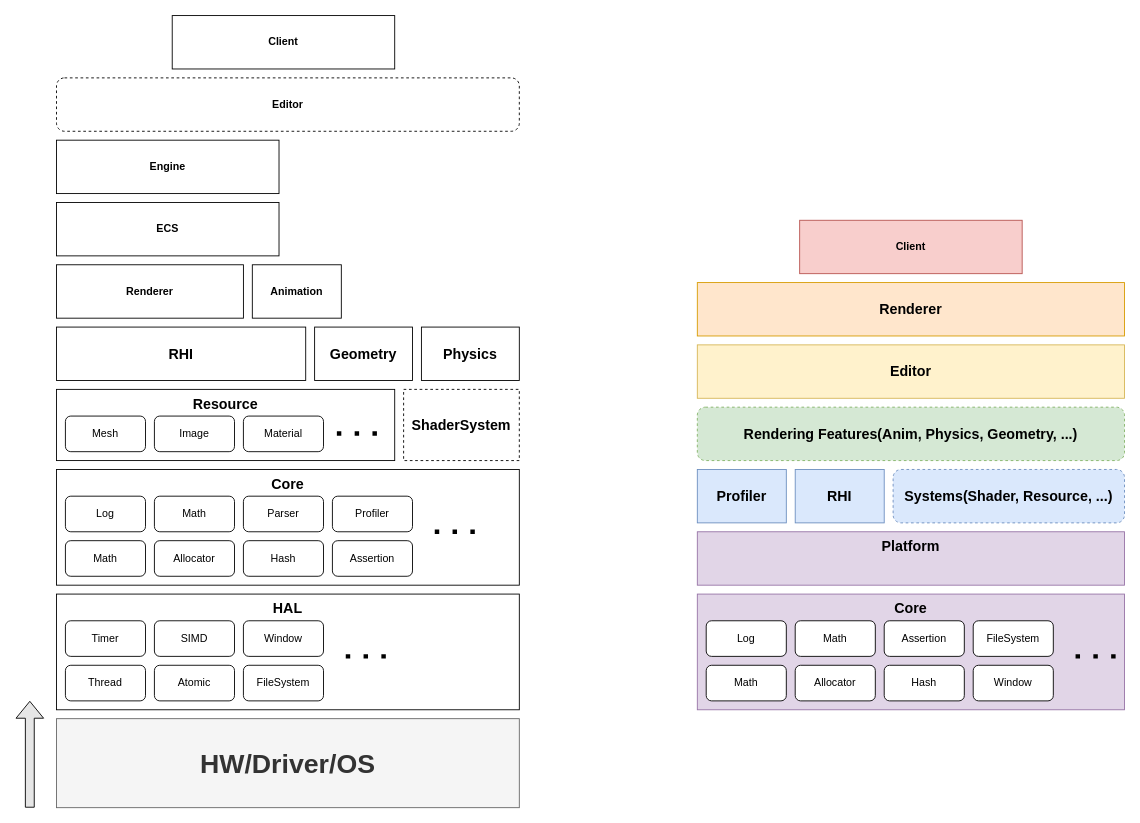
Hamsik2rang/HSMR keeps this draw.io diagram as Documents/Enginelet-Layer.drawio. Above is the earlier version. Source tidied: cells renumbered, new cells numbered last; positions are measured from the earlier drawing's top-left corner, leaving out a move shared by most shapes. Both pictures are drawn from the tidied source at 89%, with x=0, y=0 at pixel (29, 15).
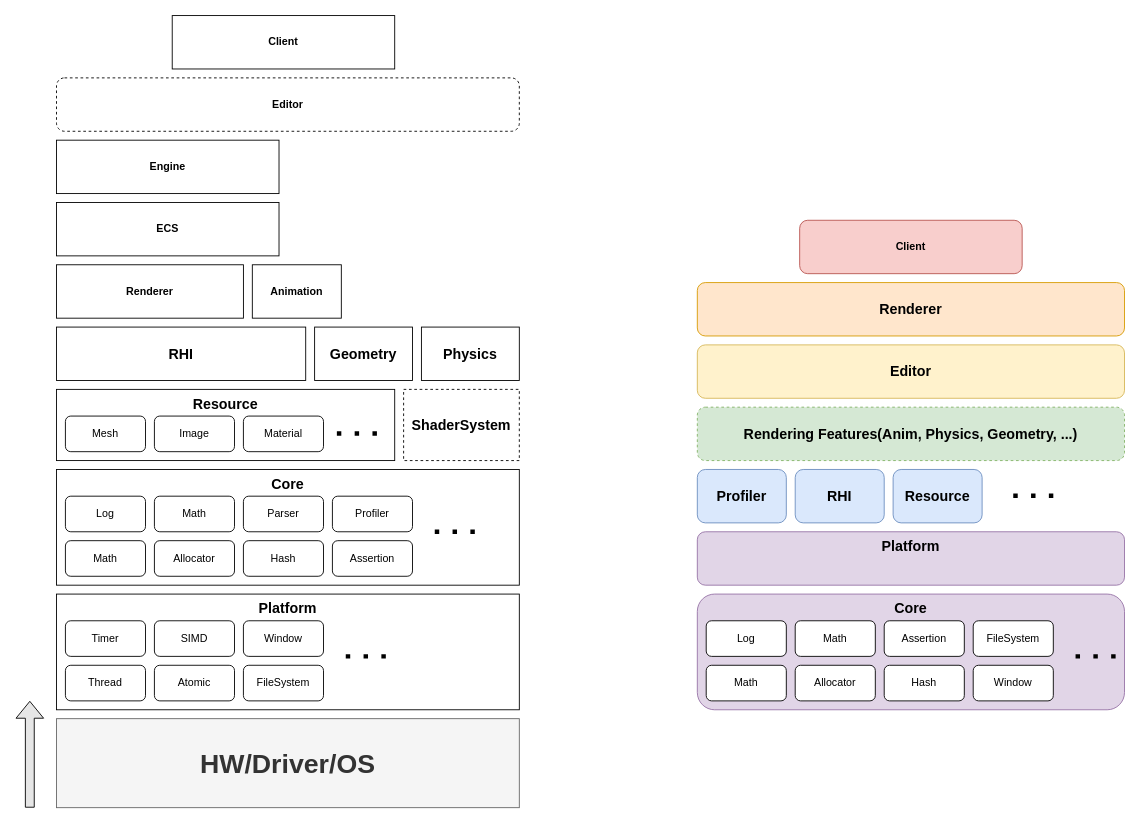
The same diagram, later.

The edit, as a diff of the source:
```diff
@@
-    <mxCell id="3" value="&lt;font style=&quot;font-size: 16px;&quot;&gt;HAL&lt;/font&gt;" style="rounded=0;whiteSpace=wrap;html=1;align=center;verticalAlign=top;fontStyle=1;" parent="1" vertex="1">
+    <mxCell id="3" value="&lt;font style=&quot;font-size: 16px;&quot;&gt;Platform&lt;/font&gt;" style="rounded=0;whiteSpace=wrap;html=1;align=center;verticalAlign=top;fontStyle=1;" parent="1" vertex="1">
       <mxGeometry x="30" y="650" width="520" height="130" as="geometry" />
     </mxCell>
@@
-    <mxCell id="37" value="&lt;b&gt;&lt;font style=&quot;font-size: 16px;&quot;&gt;Core&lt;/font&gt;&lt;/b&gt;" style="rounded=0;whiteSpace=wrap;html=1;horizontal=1;align=center;verticalAlign=top;fillColor=#e1d5e7;strokeColor=#9673a6;" parent="1" vertex="1">
+    <mxCell id="37" value="&lt;b&gt;&lt;font style=&quot;font-size: 16px;&quot;&gt;Core&lt;/font&gt;&lt;/b&gt;" style="rounded=1;whiteSpace=wrap;html=1;horizontal=1;align=center;verticalAlign=top;fillColor=#e1d5e7;strokeColor=#9673a6;gradientColor=none;" parent="1" vertex="1">
       <mxGeometry x="750" y="650" width="480" height="130" as="geometry" />
     </mxCell>
@@
-    <mxCell id="45" value="&lt;span style=&quot;font-size: 16px;&quot;&gt;&lt;b&gt;Platform&lt;/b&gt;&lt;/span&gt;" style="rounded=0;whiteSpace=wrap;html=1;horizontal=1;align=center;verticalAlign=top;fillColor=#e1d5e7;strokeColor=#9673a6;" parent="1" vertex="1">
+    <mxCell id="45" value="&lt;span style=&quot;font-size: 16px;&quot;&gt;&lt;b&gt;Platform&lt;/b&gt;&lt;/span&gt;" style="rounded=1;whiteSpace=wrap;html=1;horizontal=1;align=center;verticalAlign=top;fillColor=#e1d5e7;strokeColor=#9673a6;" parent="1" vertex="1">
       <mxGeometry x="750" y="580" width="480" height="60" as="geometry" />
     </mxCell>
-    <mxCell id="46" value="&lt;span style=&quot;font-size: 16px;&quot;&gt;&lt;b&gt;Profiler&lt;/b&gt;&lt;/span&gt;" style="rounded=0;whiteSpace=wrap;html=1;horizontal=1;align=center;verticalAlign=middle;fillColor=#dae8fc;strokeColor=#6c8ebf;" parent="1" vertex="1">
+    <mxCell id="46" value="&lt;span style=&quot;font-size: 16px;&quot;&gt;&lt;b&gt;Profiler&lt;/b&gt;&lt;/span&gt;" style="rounded=1;whiteSpace=wrap;html=1;horizontal=1;align=center;verticalAlign=middle;fillColor=#dae8fc;strokeColor=#6c8ebf;" parent="1" vertex="1">
       <mxGeometry x="750" y="510" width="100" height="60" as="geometry" />
     </mxCell>
@@
-    <mxCell id="49" value="RHI" style="rounded=0;whiteSpace=wrap;html=1;strokeColor=#6c8ebf;fontSize=16;fontStyle=1;verticalAlign=middle;fillColor=#dae8fc;" parent="1" vertex="1">
+    <mxCell id="49" value="RHI" style="rounded=1;whiteSpace=wrap;html=1;strokeColor=#6c8ebf;fontSize=16;fontStyle=1;verticalAlign=middle;fillColor=#dae8fc;" parent="1" vertex="1">
       <mxGeometry x="860" y="510" width="100" height="60" as="geometry" />
     </mxCell>
-    <mxCell id="50" value="&lt;span&gt;&lt;b&gt;Editor&lt;/b&gt;&lt;/span&gt;" style="rounded=0;whiteSpace=wrap;html=1;horizontal=1;align=center;verticalAlign=middle;fontSize=16;fillColor=#fff2cc;strokeColor=#d6b656;" parent="1" vertex="1">
+    <mxCell id="50" value="&lt;span&gt;&lt;b&gt;Editor&lt;/b&gt;&lt;/span&gt;" style="rounded=1;whiteSpace=wrap;html=1;horizontal=1;align=center;verticalAlign=middle;fontSize=16;fillColor=#fff2cc;strokeColor=#d6b656;" parent="1" vertex="1">
       <mxGeometry x="750" y="370" width="480" height="60" as="geometry" />
     </mxCell>
@@
-    <mxCell id="52" value="Systems(Shader, Resource, ...)" style="rounded=1;whiteSpace=wrap;html=1;dashed=1;fontStyle=1;fontSize=16;fillColor=#dae8fc;strokeColor=#6c8ebf;" parent="1" vertex="1">
-      <mxGeometry x="970" y="510" width="260" height="60" as="geometry" />
+    <mxCell id="52" value="Resource" style="rounded=1;whiteSpace=wrap;html=1;fontStyle=1;fontSize=16;fillColor=#dae8fc;strokeColor=#6c8ebf;" parent="1" vertex="1">
+      <mxGeometry x="970" y="510" width="100" height="60" as="geometry" />
     </mxCell>
-    <mxCell id="53" value="Renderer" style="rounded=0;whiteSpace=wrap;html=1;fontStyle=1;fontSize=16;fillColor=#ffe6cc;strokeColor=#d79b00;" parent="1" vertex="1">
+    <mxCell id="53" value="Renderer" style="rounded=1;whiteSpace=wrap;html=1;fontStyle=1;fontSize=16;fillColor=#ffe6cc;strokeColor=#d79b00;" parent="1" vertex="1">
       <mxGeometry x="750" y="300" width="480" height="60" as="geometry" />
     </mxCell>
-    <mxCell id="54" value="Client" style="rounded=0;whiteSpace=wrap;html=1;fontStyle=1;fillColor=#f8cecc;strokeColor=#b85450;" parent="1" vertex="1">
+    <mxCell id="54" value="Client" style="rounded=1;whiteSpace=wrap;html=1;fontStyle=1;fillColor=#f8cecc;strokeColor=#b85450;" parent="1" vertex="1">
       <mxGeometry x="865" y="230" width="250" height="60" as="geometry" />
     </mxCell>
+    <mxCell id="55" style="endArrow=none;dashed=1;html=1;dashPattern=1 3;strokeWidth=5;fontStyle=1;" parent="1" edge="1">
+      <mxGeometry relative="1" as="geometry">
+        <mxPoint x="1150" y="539.5" as="sourcePoint" />
+        <mxPoint x="1100" y="539.5" as="targetPoint" />
+      </mxGeometry>
+    </mxCell>
```
